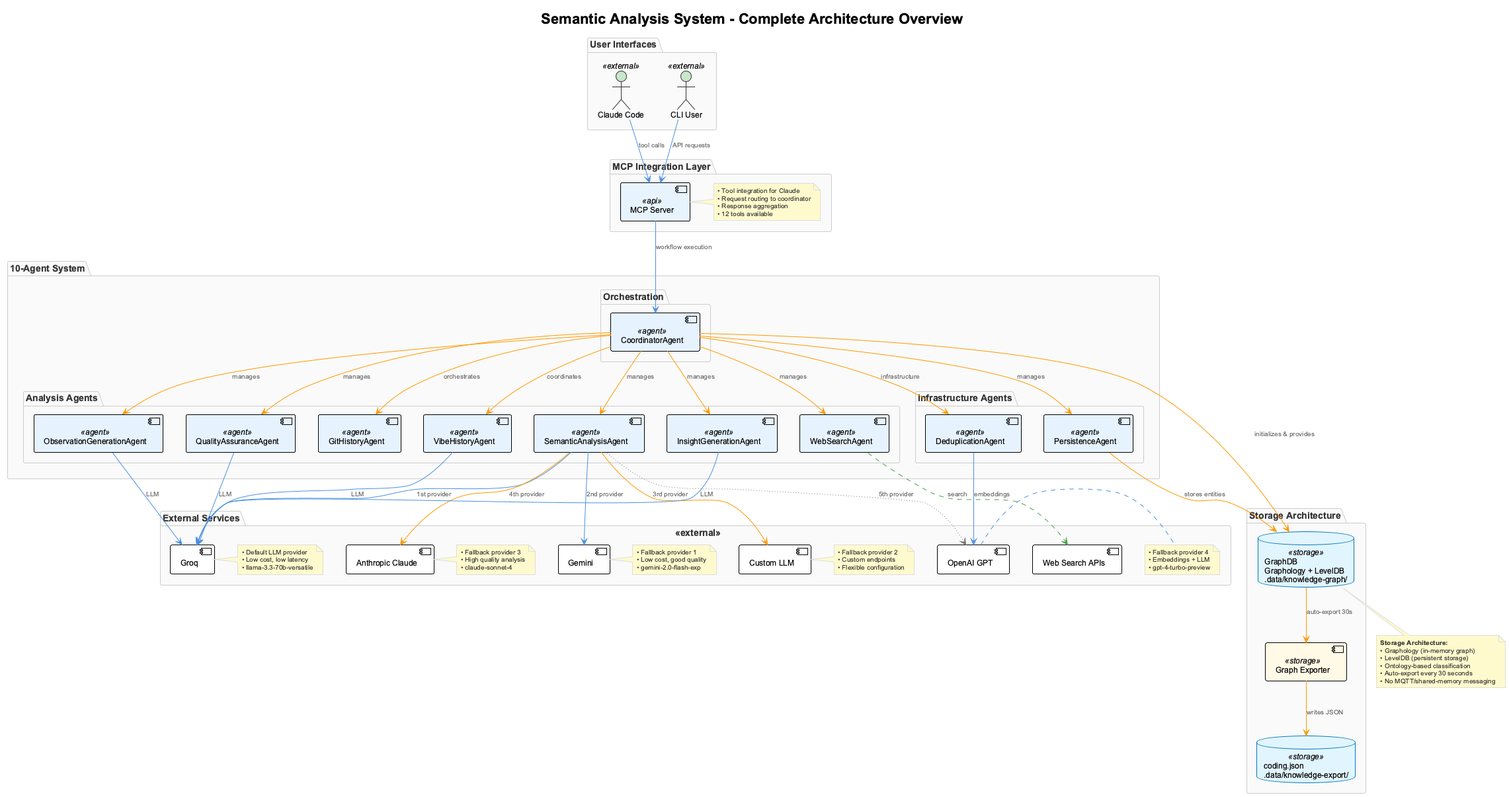
Before: docs/images/semantic-analysis-system-overview.png, a diagram exported from PlantUML (fwornle/coding).
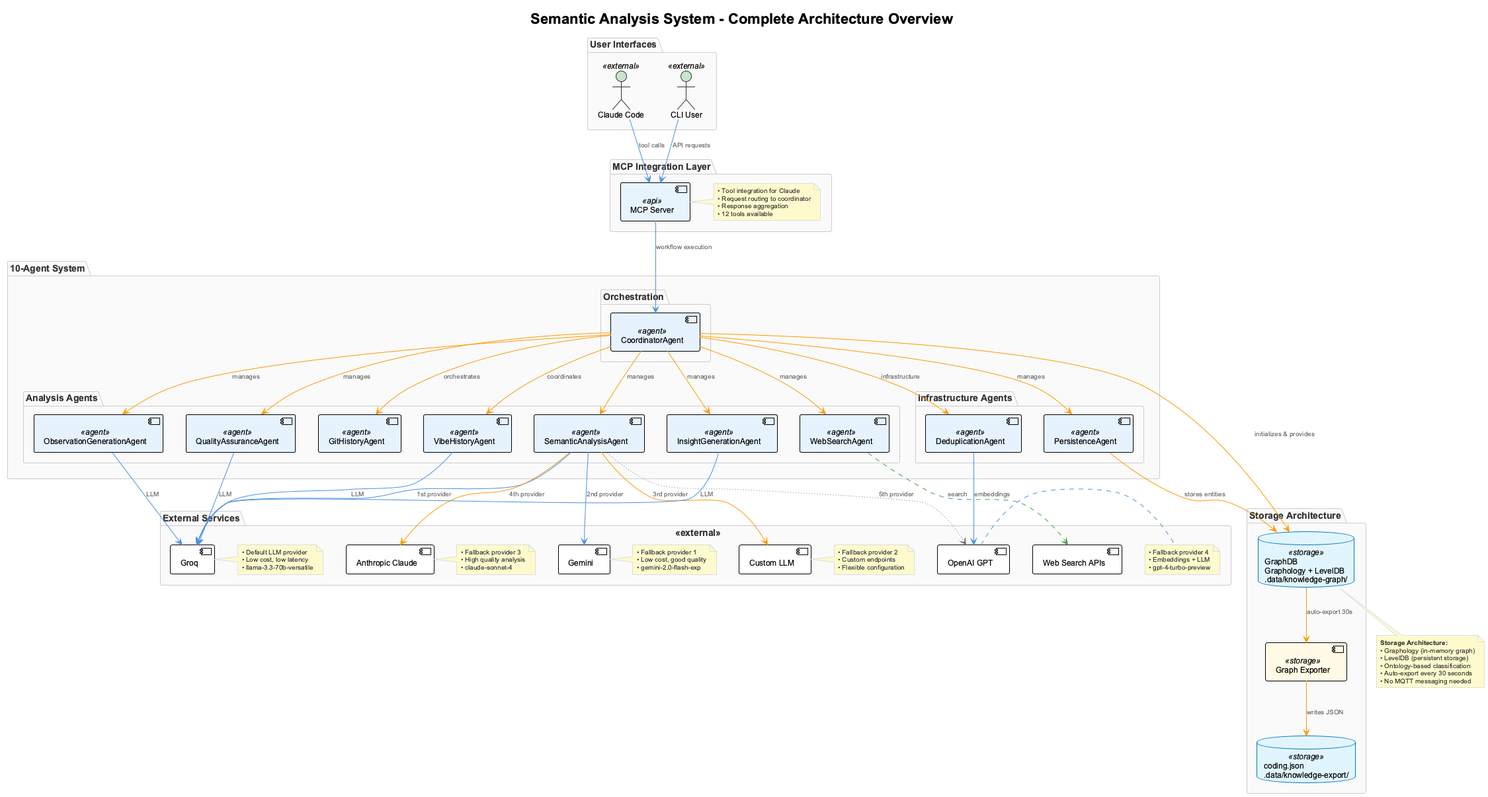
Later version of the same file.

Change to the diagram source:
```diff
@@ -125,7 +125,7 @@
   • LevelDB (persistent storage)
   • Ontology-based classification
   • Auto-export every 30 seconds
-  • No MQTT/shared-memory messaging
+  • No MQTT messaging needed
 end note
 
 @enduml
```
